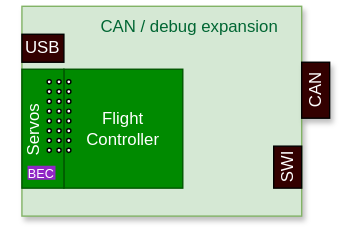
Earlier version of the draw.io export documentation/images/PCB_concept.svg (MomoRC-tech/MoGliFC-Flight-Controller). Source tidied: cells renumbered, new cells last; positions are measured from the earlier drawing's top-left corner, leaving out a move shared by most shapes.
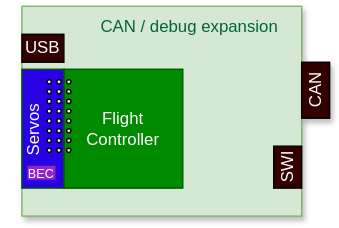
Above is the later version.

The edit, as a diff of the source:
```diff
@@ -8,7 +8,7 @@
     <mxCell id="3" value="Flight&lt;div&gt;Controller&lt;/div&gt;" style="whiteSpace=wrap;html=1;fillColor=#008a00;fontColor=#ffffff;strokeColor=#005700;" parent="1" vertex="1">
       <mxGeometry x="52" y="45" width="85" height="85" as="geometry" />
     </mxCell>
-    <mxCell id="4" style="rounded=0;whiteSpace=wrap;html=1;fillColor=#008a00;fontColor=#ffffff;strokeColor=#005700;" parent="1" vertex="1">
+    <mxCell id="4" style="rounded=0;whiteSpace=wrap;html=1;fillColor=#2701e4;fontColor=#ffffff;strokeColor=#005700;" parent="1" vertex="1">
       <mxGeometry x="22" y="45" width="30" height="85" as="geometry" />
     </mxCell>
     <mxCell id="5" style="rounded=0;whiteSpace=wrap;html=1;fillColor=#330000;" parent="1" vertex="1">
```
